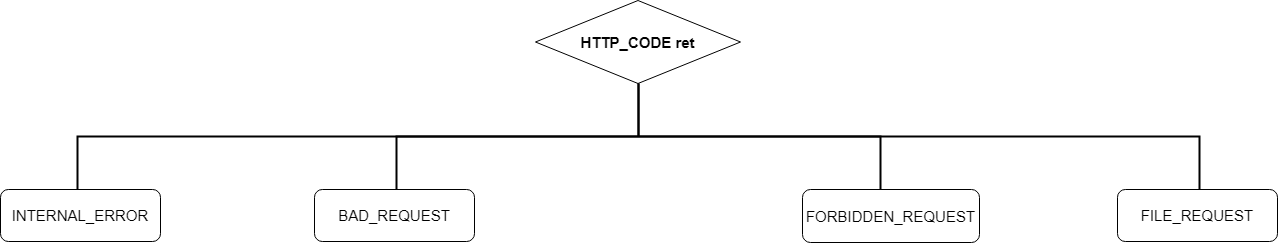
Earlier version of the draw.io export project/Linux高并发服务器开发/项目记录/项目类图和流程图/流程图/image/process_write.png (JYLiang22/TinyWebServer). Source tidied: cells renumbered, new cells last; positions are measured from the earlier drawing's top-left corner, leaving out a move shared by most shapes.
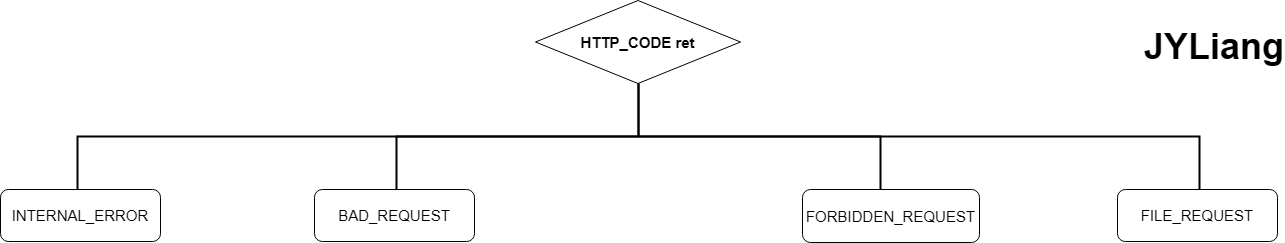
Above is the later version.

What changed in the source:
```diff
@@ -26,5 +26,8 @@
     <mxCell id="9" value="&lt;font size=&quot;1&quot;&gt;FILE_REQUEST&lt;/font&gt;" style="rounded=1;whiteSpace=wrap;html=1;" parent="1" vertex="1">
       <mxGeometry x="1117" y="189" width="160" height="52" as="geometry" />
     </mxCell>
+    <mxCell id="10" value="&lt;b&gt;&lt;font style=&quot;font-size: 36px;&quot;&gt;JYLiang&lt;/font&gt;&lt;/b&gt;" style="text;html=1;align=center;verticalAlign=middle;whiteSpace=wrap;rounded=0;" parent="1" vertex="1">
+      <mxGeometry x="1184" y="31" width="60" height="30" as="geometry" />
+    </mxCell>
   </root>
 </mxGraphModel>
```
